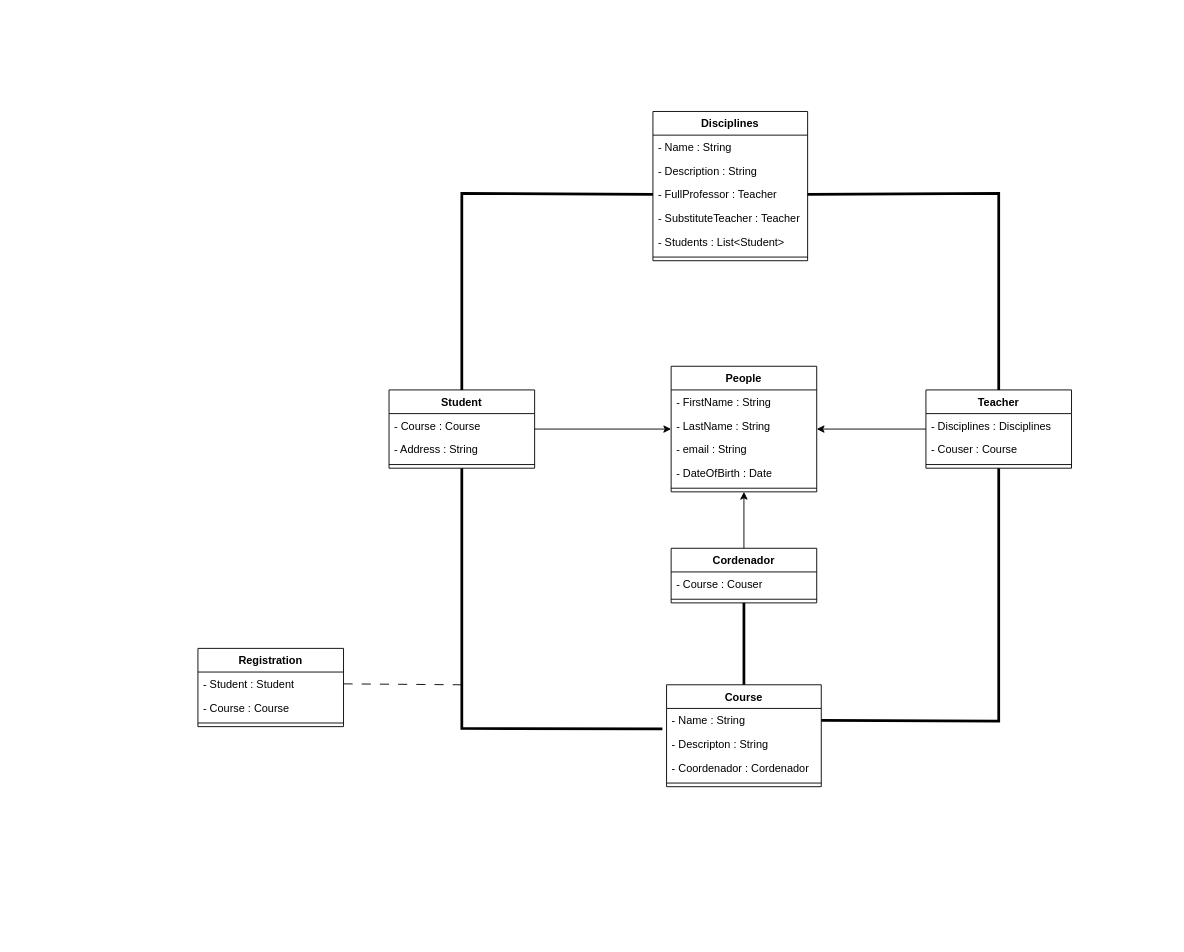
Eduardo-Decarli/University-Manager keeps this draw.io diagram as Docs/ClassDriagram.drawio. Above is the earlier version. Source tidied: cells renumbered, new cells numbered last; positions are measured from the earlier drawing's top-left corner, leaving out a move shared by most shapes. Both pictures are drawn from the tidied source at 91%, with x=0, y=0 at pixel (197, 111).
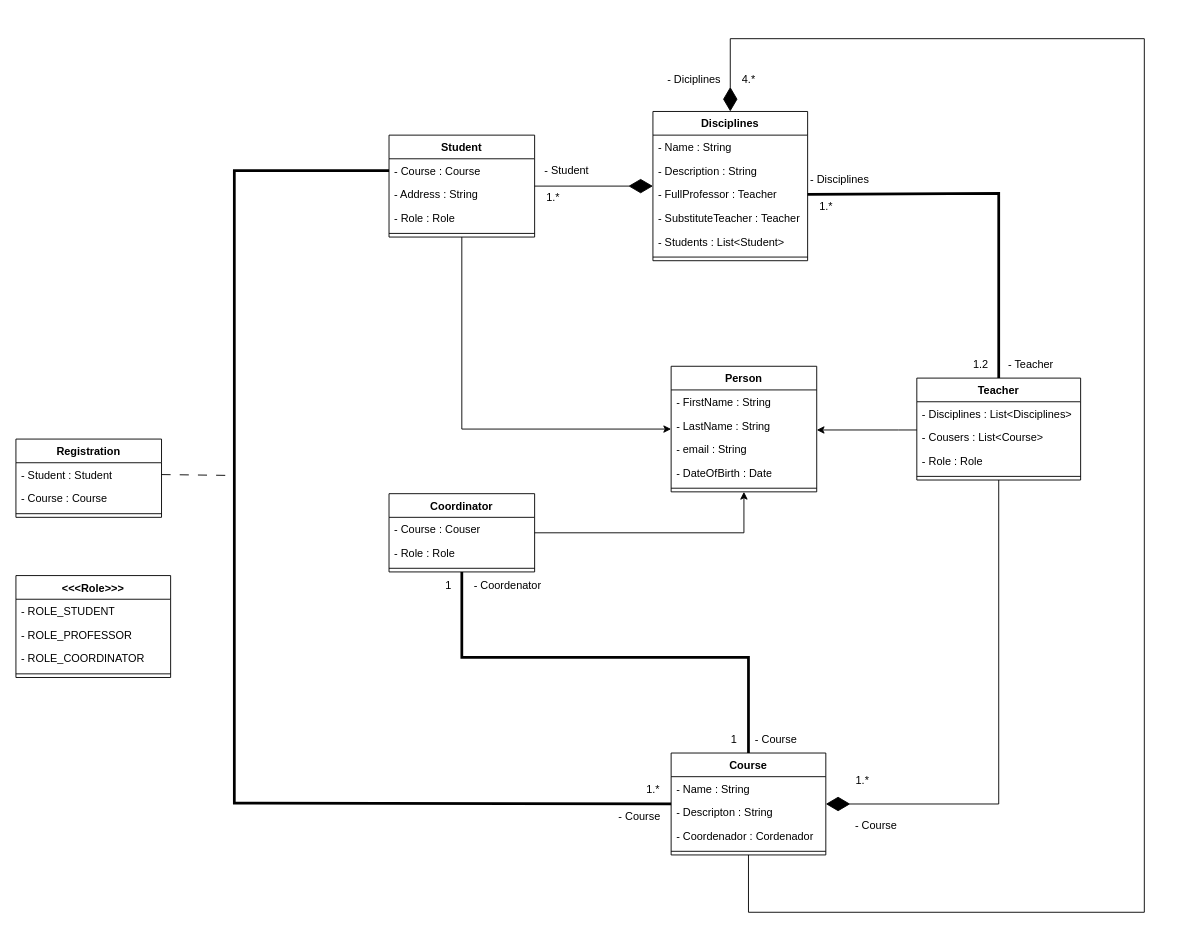
The same page after the edit.

Commit message (it also covers changes not shown here):
:sparkles: feat: Class Diagram update

Unchanged cells that the change refers to:
```xml
<mxCell id="10" value="- Course : Course&lt;div&gt;&lt;br&gt;&lt;/div&gt;" style="text;strokeColor=none;fillColor=none;align=left;verticalAlign=top;spacingLeft=4;spacingRight=4;overflow=hidden;points=[[0,0.5],[1,0.5]];portConstraint=eastwest;whiteSpace=wrap;html=1;" parent="9" vertex="1">
  <mxGeometry y="26" width="160" height="26" as="geometry" />
</mxCell>
<mxCell id="30" value="Disciplines" style="swimlane;fontStyle=1;align=center;verticalAlign=top;horizontal=1;startSize=26;whiteSpace=wrap;html=1;" parent="1" vertex="1">
  <mxGeometry x="500" width="170" height="164" as="geometry" />
</mxCell>
<mxCell id="33" value="- FullProfessor : Teacher" style="text;strokeColor=none;fillColor=none;align=left;verticalAlign=top;spacingLeft=4;spacingRight=4;overflow=hidden;points=[[0,0.5],[1,0.5]];portConstraint=eastwest;whiteSpace=wrap;html=1;" parent="30" vertex="1">
  <mxGeometry y="78" width="170" height="26" as="geometry" />
</mxCell>
<mxCell id="38" value="- Student : Student" style="text;strokeColor=none;fillColor=none;align=left;verticalAlign=top;spacingLeft=4;spacingRight=4;overflow=hidden;points=[[0,0.5],[1,0.5]];portConstraint=eastwest;whiteSpace=wrap;html=1;" parent="37" vertex="1">
  <mxGeometry y="26" width="160" height="26" as="geometry" />
</mxCell>
```

The edit, as a diff of the source:
```diff
@@
-    <mxCell id="2" value="People" style="swimlane;fontStyle=1;align=center;verticalAlign=top;horizontal=1;startSize=26;whiteSpace=wrap;html=1;" parent="1" vertex="1">
+    <mxCell id="2" value="Person" style="swimlane;fontStyle=1;align=center;verticalAlign=top;horizontal=1;startSize=26;whiteSpace=wrap;html=1;" parent="1" vertex="1">
       <mxGeometry x="520" y="280" width="160" height="138" as="geometry" />
     </mxCell>
@@
     <mxCell id="8" style="edgeStyle=orthogonalEdgeStyle;rounded=0;jettySize=auto;html=1;" parent="1" edge="1" source="9" target="2">
-      <mxGeometry relative="1" as="geometry" />
+      <mxGeometry relative="1" as="geometry">
+        <Array as="points">
+          <mxPoint x="290" y="349" />
+        </Array>
+      </mxGeometry>
     </mxCell>
     <mxCell id="9" value="Student" style="swimlane;fontStyle=1;align=center;verticalAlign=top;horizontal=1;startSize=26;whiteSpace=wrap;html=1;" parent="1" vertex="1">
-      <mxGeometry x="210" y="306" width="160" height="86" as="geometry" />
+      <mxGeometry x="210" y="26" width="160" height="112" as="geometry" />
     </mxCell>
@@
+    <mxCell id="44" value="- Role : Role&lt;div&gt;&lt;br&gt;&lt;/div&gt;" style="text;strokeColor=none;fillColor=none;align=left;verticalAlign=top;spacingLeft=4;spacingRight=4;overflow=hidden;whiteSpace=wrap;html=1;" parent="9" vertex="1">
+      <mxGeometry y="78" width="160" height="26" as="geometry" />
+    </mxCell>
     <mxCell id="12" style="line;strokeWidth=1;fillColor=none;align=left;verticalAlign=middle;spacingTop=-1;spacingLeft=3;spacingRight=3;labelPosition=right;strokeColor=inherit;" parent="9" vertex="1">
-      <mxGeometry y="78" width="160" height="8" as="geometry" />
+      <mxGeometry y="104" width="160" height="8" as="geometry" />
     </mxCell>
     <mxCell id="13" style="edgeStyle=orthogonalEdgeStyle;rounded=0;jettySize=auto;html=1;" parent="1" edge="1" source="14" target="2">
-      <mxGeometry relative="1" as="geometry" />
+      <mxGeometry relative="1" as="geometry">
+        <Array as="points">
+          <mxPoint x="770" y="350" />
+          <mxPoint x="770" y="350" />
+        </Array>
+      </mxGeometry>
     </mxCell>
     <mxCell id="14" value="Teacher" style="swimlane;fontStyle=1;align=center;verticalAlign=top;horizontal=1;startSize=26;whiteSpace=wrap;html=1;" parent="1" vertex="1">
-      <mxGeometry x="800" y="306" width="160" height="86" as="geometry" />
+      <mxGeometry x="790" y="293" width="180" height="112" as="geometry" />
     </mxCell>
-    <mxCell id="15" value="- Disciplines : Disciplines" style="text;strokeColor=none;fillColor=none;align=left;verticalAlign=top;spacingLeft=4;spacingRight=4;overflow=hidden;whiteSpace=wrap;html=1;" parent="14" vertex="1">
-      <mxGeometry y="26" width="160" height="26" as="geometry" />
+    <mxCell id="15" value="- Disciplines : List&amp;lt;Disciplines&amp;gt;" style="text;strokeColor=none;fillColor=none;align=left;verticalAlign=top;spacingLeft=4;spacingRight=4;overflow=hidden;whiteSpace=wrap;html=1;" parent="14" vertex="1">
+      <mxGeometry y="26" width="180" height="26" as="geometry" />
     </mxCell>
-    <mxCell id="16" value="- Couser : Course" style="text;strokeColor=none;fillColor=none;align=left;verticalAlign=top;spacingLeft=4;spacingRight=4;overflow=hidden;whiteSpace=wrap;html=1;" parent="14" vertex="1">
-      <mxGeometry y="52" width="160" height="26" as="geometry" />
+    <mxCell id="16" value="- Cousers : List&amp;lt;Course&amp;gt;" style="text;strokeColor=none;fillColor=none;align=left;verticalAlign=top;spacingLeft=4;spacingRight=4;overflow=hidden;whiteSpace=wrap;html=1;" parent="14" vertex="1">
+      <mxGeometry y="52" width="180" height="26" as="geometry" />
     </mxCell>
+    <mxCell id="45" value="- Role : Role" style="text;strokeColor=none;fillColor=none;align=left;verticalAlign=top;spacingLeft=4;spacingRight=4;overflow=hidden;whiteSpace=wrap;html=1;" parent="14" vertex="1">
+      <mxGeometry y="78" width="180" height="26" as="geometry" />
+    </mxCell>
     <mxCell id="17" style="line;strokeWidth=1;fillColor=none;align=left;verticalAlign=middle;spacingTop=-1;spacingLeft=3;spacingRight=3;labelPosition=right;strokeColor=inherit;" parent="14" vertex="1">
-      <mxGeometry y="78" width="160" height="8" as="geometry" />
+      <mxGeometry y="104" width="180" height="8" as="geometry" />
     </mxCell>
@@
-    <mxCell id="19" value="Cordenador" style="swimlane;fontStyle=1;align=center;verticalAlign=top;horizontal=1;startSize=26;whiteSpace=wrap;html=1;" parent="1" vertex="1">
-      <mxGeometry x="520" y="480" width="160" height="60" as="geometry" />
+    <mxCell id="19" value="Coordinator" style="swimlane;fontStyle=1;align=center;verticalAlign=top;horizontal=1;startSize=26;whiteSpace=wrap;html=1;" parent="1" vertex="1">
+      <mxGeometry x="210" y="420" width="160" height="86" as="geometry" />
     </mxCell>
@@
+    <mxCell id="46" value="- Role : Role" style="text;strokeColor=none;fillColor=none;align=left;verticalAlign=top;spacingLeft=4;spacingRight=4;overflow=hidden;whiteSpace=wrap;html=1;" parent="19" vertex="1">
+      <mxGeometry y="52" width="160" height="26" as="geometry" />
+    </mxCell>
     <mxCell id="21" style="line;strokeWidth=1;fillColor=none;align=left;verticalAlign=middle;spacingTop=-1;spacingLeft=3;spacingRight=3;labelPosition=right;strokeColor=inherit;" parent="19" vertex="1">
-      <mxGeometry y="52" width="160" height="8" as="geometry" />
+      <mxGeometry y="78" width="160" height="8" as="geometry" />
     </mxCell>
-    <mxCell id="22" value="Course" style="swimlane;fontStyle=1;align=center;verticalAlign=top;horizontal=1;startSize=26;whiteSpace=wrap;html=1;" parent="1" vertex="1">
-      <mxGeometry x="515" y="630" width="170" height="112" as="geometry" />
-    </mxCell>
-    <mxCell id="23" value="- Name : String" style="text;strokeColor=none;fillColor=none;align=left;verticalAlign=top;spacingLeft=4;spacingRight=4;overflow=hidden;points=[[0,0.5],[1,0.5]];portConstraint=eastwest;whiteSpace=wrap;html=1;" parent="22" vertex="1">
-      <mxGeometry y="26" width="170" height="26" as="geometry" />
-    </mxCell>
-    <mxCell id="24" value="- Descripton : String" style="text;strokeColor=none;fillColor=none;align=left;verticalAlign=top;spacingLeft=4;spacingRight=4;overflow=hidden;whiteSpace=wrap;html=1;" parent="22" vertex="1">
-      <mxGeometry y="52" width="170" height="26" as="geometry" />
-    </mxCell>
-    <mxCell id="25" value="- Coordenador : Cordenador" style="text;strokeColor=none;fillColor=none;align=left;verticalAlign=top;spacingLeft=4;spacingRight=4;overflow=hidden;whiteSpace=wrap;html=1;" parent="22" vertex="1">
-      <mxGeometry y="78" width="170" height="26" as="geometry" />
-    </mxCell>
-    <mxCell id="26" style="line;strokeWidth=1;fillColor=none;align=left;verticalAlign=middle;spacingTop=-1;spacingLeft=3;spacingRight=3;labelPosition=right;strokeColor=inherit;" parent="22" vertex="1">
-      <mxGeometry y="104" width="170" height="8" as="geometry" />
-    </mxCell>
-    <mxCell id="27" style="endArrow=none;startArrow=none;endFill=0;startFill=0;endSize=8;html=1;verticalAlign=bottom;labelBackgroundColor=none;strokeWidth=3;rounded=0;exitX=0.5;exitY=1;exitDx=0;exitDy=0;entryX=-0.027;entryY=0.865;entryDx=0;entryDy=0;entryPerimeter=0;" parent="1" edge="1" source="9" target="23">
-      <mxGeometry relative="1" as="geometry">
-        <Array as="points">
-          <mxPoint x="290" y="678" />
-        </Array>
-      </mxGeometry>
-    </mxCell>
     <mxCell id="28" style="endArrow=none;startArrow=none;endFill=0;startFill=0;endSize=8;html=1;verticalAlign=bottom;labelBackgroundColor=none;strokeWidth=3;rounded=0;entryX=0.5;entryY=1;entryDx=0;entryDy=0;exitX=0.5;exitY=0;exitDx=0;exitDy=0;" parent="1" edge="1" source="22" target="19">
-      <mxGeometry relative="1" as="geometry" />
+      <mxGeometry relative="1" as="geometry">
+        <Array as="points">
+          <mxPoint x="605" y="600" />
+          <mxPoint x="290" y="600" />
+        </Array>
+      </mxGeometry>
     </mxCell>
-    <mxCell id="29" style="endArrow=none;startArrow=none;endFill=0;startFill=0;endSize=8;html=1;verticalAlign=bottom;labelBackgroundColor=none;strokeWidth=3;rounded=0;entryX=0.5;entryY=1;entryDx=0;entryDy=0;exitX=1;exitY=0.5;exitDx=0;exitDy=0;" parent="1" edge="1" source="23" target="14">
-      <mxGeometry relative="1" as="geometry">
-        <Array as="points">
-          <mxPoint x="880" y="670" />
-        </Array>
-      </mxGeometry>
-    </mxCell>
@@
     <mxCell id="37" value="Registration" style="swimlane;fontStyle=1;align=center;verticalAlign=top;horizontal=1;startSize=26;whiteSpace=wrap;html=1;" parent="1" vertex="1">
-      <mxGeometry y="590" width="160" height="86" as="geometry" />
+      <mxGeometry x="-200" y="360" width="160" height="86" as="geometry" />
     </mxCell>
@@
-    <mxCell id="41" style="endArrow=none;startArrow=none;endFill=0;startFill=0;endSize=8;html=1;verticalAlign=bottom;dashed=1;labelBackgroundColor=none;dashPattern=10 10;rounded=0;exitX=1;exitY=0.5;exitDx=0;exitDy=0;" parent="1" edge="1" source="38">
-      <mxGeometry relative="1" as="geometry">
-        <mxPoint x="290" y="630" as="targetPoint" />
-      </mxGeometry>
-    </mxCell>
-    <mxCell id="42" style="endArrow=none;startArrow=none;endFill=0;startFill=0;endSize=8;html=1;verticalAlign=bottom;labelBackgroundColor=none;strokeWidth=3;rounded=0;exitX=0.5;exitY=0;exitDx=0;exitDy=0;entryX=0;entryY=0.5;entryDx=0;entryDy=0;" parent="1" edge="1" source="9" target="33">
-      <mxGeometry relative="1" as="geometry">
-        <Array as="points">
-          <mxPoint x="290" y="90" />
-        </Array>
-      </mxGeometry>
-    </mxCell>
@@
+    <mxCell id="47" style="endArrow=diamondThin;endFill=1;endSize=24;html=1;rounded=0;" parent="1" edge="1" source="9" target="30">
+      <mxGeometry relative="1" as="geometry" />
+    </mxCell>
+    <mxCell id="48" style="endArrow=none;startArrow=none;endFill=0;startFill=0;endSize=8;html=1;verticalAlign=bottom;dashed=1;labelBackgroundColor=none;dashPattern=10 10;rounded=0;exitX=1;exitY=0.5;exitDx=0;exitDy=0;" parent="1" edge="1" source="38">
+      <mxGeometry relative="1" as="geometry">
+        <mxPoint x="40" y="400" as="targetPoint" />
+      </mxGeometry>
+    </mxCell>
+    <mxCell id="22" value="Course" style="swimlane;fontStyle=1;align=center;verticalAlign=top;horizontal=1;startSize=26;whiteSpace=wrap;html=1;" parent="1" vertex="1">
+      <mxGeometry x="520" y="705" width="170" height="112" as="geometry" />
+    </mxCell>
+    <mxCell id="23" value="- Name : String" style="text;strokeColor=none;fillColor=none;align=left;verticalAlign=top;spacingLeft=4;spacingRight=4;overflow=hidden;points=[[0,0.5],[1,0.5]];portConstraint=eastwest;whiteSpace=wrap;html=1;" parent="22" vertex="1">
+      <mxGeometry y="26" width="170" height="26" as="geometry" />
+    </mxCell>
+    <mxCell id="24" value="- Descripton : String" style="text;strokeColor=none;fillColor=none;align=left;verticalAlign=top;spacingLeft=4;spacingRight=4;overflow=hidden;whiteSpace=wrap;html=1;" parent="22" vertex="1">
+      <mxGeometry y="52" width="170" height="26" as="geometry" />
+    </mxCell>
+    <mxCell id="25" value="- Coordenador : Cordenador" style="text;strokeColor=none;fillColor=none;align=left;verticalAlign=top;spacingLeft=4;spacingRight=4;overflow=hidden;whiteSpace=wrap;html=1;" parent="22" vertex="1">
+      <mxGeometry y="78" width="170" height="26" as="geometry" />
+    </mxCell>
+    <mxCell id="26" style="line;strokeWidth=1;fillColor=none;align=left;verticalAlign=middle;spacingTop=-1;spacingLeft=3;spacingRight=3;labelPosition=right;strokeColor=inherit;" parent="22" vertex="1">
+      <mxGeometry y="104" width="170" height="8" as="geometry" />
+    </mxCell>
+    <mxCell id="49" style="endArrow=none;startArrow=none;endFill=0;startFill=0;endSize=8;html=1;verticalAlign=bottom;labelBackgroundColor=none;strokeWidth=3;rounded=0;entryX=0;entryY=0.5;entryDx=0;entryDy=0;" parent="1" edge="1" source="22" target="10">
+      <mxGeometry relative="1" as="geometry">
+        <Array as="points">
+          <mxPoint x="40" y="760" />
+          <mxPoint x="40" y="65" />
+        </Array>
+      </mxGeometry>
+    </mxCell>
+    <mxCell id="50" value="&lt;div&gt;&amp;lt;&amp;lt;&amp;lt;Role&amp;gt;&amp;gt;&amp;gt;&lt;/div&gt;" style="swimlane;fontStyle=1;align=center;verticalAlign=top;horizontal=1;startSize=26;whiteSpace=wrap;html=1;" parent="1" vertex="1">
+      <mxGeometry x="-200" y="510" width="170" height="112" as="geometry" />
+    </mxCell>
+    <mxCell id="51" value="- ROLE_STUDENT" style="text;strokeColor=none;fillColor=none;align=left;verticalAlign=top;spacingLeft=4;spacingRight=4;overflow=hidden;whiteSpace=wrap;html=1;" parent="50" vertex="1">
+      <mxGeometry y="26" width="170" height="26" as="geometry" />
+    </mxCell>
+    <mxCell id="52" value="- ROLE_PROFESSOR" style="text;strokeColor=none;fillColor=none;align=left;verticalAlign=top;spacingLeft=4;spacingRight=4;overflow=hidden;whiteSpace=wrap;html=1;" parent="50" vertex="1">
+      <mxGeometry y="52" width="170" height="26" as="geometry" />
+    </mxCell>
+    <mxCell id="53" value="- ROLE_COORDINATOR" style="text;strokeColor=none;fillColor=none;align=left;verticalAlign=top;spacingLeft=4;spacingRight=4;overflow=hidden;whiteSpace=wrap;html=1;" parent="50" vertex="1">
+      <mxGeometry y="78" width="170" height="26" as="geometry" />
+    </mxCell>
+    <mxCell id="54" style="line;strokeWidth=1;fillColor=none;align=left;verticalAlign=middle;spacingTop=-1;spacingLeft=3;spacingRight=3;labelPosition=right;strokeColor=inherit;" parent="50" vertex="1">
+      <mxGeometry y="104" width="170" height="8" as="geometry" />
+    </mxCell>
+    <mxCell id="55" value="1" style="text;html=1;align=center;verticalAlign=middle;strokeColor=none;fillColor=none;" parent="1" vertex="1">
+      <mxGeometry x="260" y="506" width="30" height="30" as="geometry" />
+    </mxCell>
+    <mxCell id="56" value="- Coordenator" style="text;html=1;align=center;verticalAlign=middle;strokeColor=none;fillColor=none;" parent="1" vertex="1">
+      <mxGeometry x="290" y="506" width="100" height="30" as="geometry" />
+    </mxCell>
+    <mxCell id="57" value="- Course" style="text;html=1;align=center;verticalAlign=middle;strokeColor=none;fillColor=none;" parent="1" vertex="1">
+      <mxGeometry x="600" y="675" width="70" height="30" as="geometry" />
+    </mxCell>
+    <mxCell id="58" value="1" style="text;html=1;align=center;verticalAlign=middle;strokeColor=none;fillColor=none;" parent="1" vertex="1">
+      <mxGeometry x="574" y="675" width="30" height="30" as="geometry" />
+    </mxCell>
+    <mxCell id="59" style="endArrow=diamondThin;endFill=1;endSize=24;html=1;rounded=0;entryX=0.5;entryY=0;entryDx=0;entryDy=0;exitX=0.5;exitY=1;exitDx=0;exitDy=0;" parent="1" edge="1" source="22" target="30">
+      <mxGeometry relative="1" as="geometry">
+        <Array as="points">
+          <mxPoint x="605" y="880" />
+          <mxPoint x="1040" y="880" />
+          <mxPoint x="1040" y="-80" />
+          <mxPoint x="585" y="-80" />
+        </Array>
+      </mxGeometry>
+    </mxCell>
+    <mxCell id="60" value="1.*" style="text;html=1;align=center;verticalAlign=middle;strokeColor=none;fillColor=none;" parent="1" vertex="1">
+      <mxGeometry x="710" y="720" width="40" height="30" as="geometry" />
+    </mxCell>
+    <mxCell id="61" value="- Course" style="text;html=1;align=center;verticalAlign=middle;strokeColor=none;fillColor=none;" parent="1" vertex="1">
+      <mxGeometry x="710" y="770" width="70" height="30" as="geometry" />
+    </mxCell>
+    <mxCell id="62" value="1.*" style="text;html=1;align=center;verticalAlign=middle;strokeColor=none;fillColor=none;" parent="1" vertex="1">
+      <mxGeometry x="670" y="90" width="40" height="30" as="geometry" />
+    </mxCell>
+    <mxCell id="63" value="- Disciplines" style="text;html=1;align=center;verticalAlign=middle;strokeColor=none;fillColor=none;" parent="1" vertex="1">
+      <mxGeometry x="660" y="60" width="90" height="30" as="geometry" />
+    </mxCell>
+    <mxCell id="64" value="1.2" style="text;html=1;align=center;verticalAlign=middle;strokeColor=none;fillColor=none;" parent="1" vertex="1">
+      <mxGeometry x="840" y="263" width="40" height="30" as="geometry" />
+    </mxCell>
+    <mxCell id="65" value="- Teacher" style="text;html=1;align=center;verticalAlign=middle;strokeColor=none;fillColor=none;" parent="1" vertex="1">
+      <mxGeometry x="880" y="263" width="70" height="30" as="geometry" />
+    </mxCell>
+    <mxCell id="66" style="endArrow=diamondThin;endFill=1;endSize=24;html=1;rounded=0;" parent="1" edge="1" source="14" target="22">
+      <mxGeometry relative="1" as="geometry">
+        <Array as="points">
+          <mxPoint x="880" y="761" />
+        </Array>
+      </mxGeometry>
+    </mxCell>
+    <mxCell id="67" value="4.*" style="text;html=1;align=center;verticalAlign=middle;strokeColor=none;fillColor=none;" parent="1" vertex="1">
+      <mxGeometry x="585" y="-50" width="40" height="30" as="geometry" />
+    </mxCell>
+    <mxCell id="68" value="- Diciplines" style="text;html=1;align=center;verticalAlign=middle;strokeColor=none;fillColor=none;" parent="1" vertex="1">
+      <mxGeometry x="505" y="-50" width="80" height="30" as="geometry" />
+    </mxCell>
+    <mxCell id="69" value="- Student" style="text;html=1;align=center;verticalAlign=middle;strokeColor=none;fillColor=none;" parent="1" vertex="1">
+      <mxGeometry x="370" y="50" width="70" height="30" as="geometry" />
+    </mxCell>
+    <mxCell id="70" value="1.*" style="text;html=1;align=center;verticalAlign=middle;strokeColor=none;fillColor=none;" parent="1" vertex="1">
+      <mxGeometry x="370" y="80" width="40" height="30" as="geometry" />
+    </mxCell>
+    <mxCell id="71" value="1.*" style="text;html=1;align=center;verticalAlign=middle;strokeColor=none;fillColor=none;" parent="1" vertex="1">
+      <mxGeometry x="480" y="730" width="40" height="30" as="geometry" />
+    </mxCell>
+    <mxCell id="72" value="- Course" style="text;html=1;align=center;verticalAlign=middle;strokeColor=none;fillColor=none;" parent="1" vertex="1">
+      <mxGeometry x="450" y="760" width="70" height="30" as="geometry" />
+    </mxCell>
```
